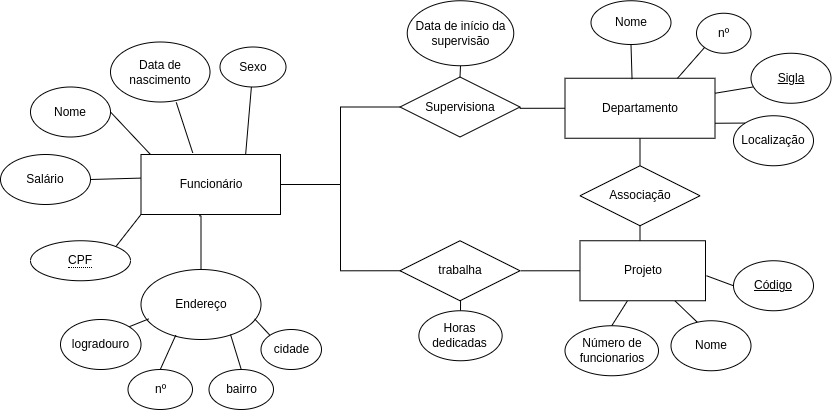
Earlier version of the draw.io export Eng. de software/questao_3.drawio.png (LuisAugusto0/Arquivos_PUC_CC). Source tidied: cells renumbered, new cells last; positions are measured from the earlier drawing's top-left corner, leaving out a move shared by most shapes. Source of this version:
```xml
<mxGraphModel>
  <root>
    <mxCell id="0" />
    <mxCell id="1" parent="0" />
    <mxCell id="2" style="rounded=0;jettySize=auto;html=1;exitX=1;exitY=0.5;exitDx=0;exitDy=0;entryX=0;entryY=0;entryDx=0;entryDy=0;endArrow=none;endFill=0;" parent="1" edge="1" source="3">
      <mxGeometry relative="1" as="geometry">
        <mxPoint x="150" y="154" as="targetPoint" />
      </mxGeometry>
    </mxCell>
    <mxCell id="3" value="Nome" style="ellipse;whiteSpace=wrap;html=1;" parent="1" vertex="1">
      <mxGeometry x="30" y="86.5" width="80" height="50" as="geometry" />
    </mxCell>
    <mxCell id="4" style="rounded=0;jettySize=auto;html=1;exitX=1;exitY=0.5;exitDx=0;exitDy=0;entryX=-0.004;entryY=0.389;entryDx=0;entryDy=0;entryPerimeter=0;endArrow=none;endFill=0;" parent="1" edge="1" source="5">
      <mxGeometry relative="1" as="geometry">
        <mxPoint x="149.5" y="177.3" as="targetPoint" />
      </mxGeometry>
    </mxCell>
    <mxCell id="5" value="Salário" style="ellipse;whiteSpace=wrap;html=1;" parent="1" vertex="1">
      <mxGeometry y="154" width="90" height="50" as="geometry" />
    </mxCell>
    <mxCell id="6" style="edgeStyle=orthogonalEdgeStyle;rounded=0;jettySize=auto;html=1;exitX=0.5;exitY=0;exitDx=0;exitDy=0;entryX=0.418;entryY=1.022;entryDx=0;entryDy=0;entryPerimeter=0;endArrow=none;endFill=0;" parent="1" edge="1" source="7" target="35">
      <mxGeometry relative="1" as="geometry">
        <Array as="points">
          <mxPoint x="201" y="215" />
        </Array>
      </mxGeometry>
    </mxCell>
    <mxCell id="7" value="Endereço" style="ellipse;whiteSpace=wrap;html=1;" parent="1" vertex="1">
      <mxGeometry x="140.5" y="269" width="120" height="70" as="geometry" />
    </mxCell>
    <mxCell id="8" style="rounded=0;jettySize=auto;html=1;exitX=1;exitY=0;exitDx=0;exitDy=0;entryX=0.064;entryY=0.706;entryDx=0;entryDy=0;endArrow=none;endFill=0;entryPerimeter=0;" parent="1" edge="1" source="9" target="7">
      <mxGeometry relative="1" as="geometry" />
    </mxCell>
    <mxCell id="9" value="logradouro" style="ellipse;whiteSpace=wrap;html=1;align=center;" parent="1" vertex="1">
      <mxGeometry x="60" y="319" width="80.5" height="50" as="geometry" />
    </mxCell>
    <mxCell id="10" style="rounded=0;jettySize=auto;html=1;exitX=0.5;exitY=0;exitDx=0;exitDy=0;entryX=0.746;entryY=0.929;entryDx=0;entryDy=0;entryPerimeter=0;endArrow=none;endFill=0;" parent="1" edge="1" source="11" target="7">
      <mxGeometry relative="1" as="geometry" />
    </mxCell>
    <mxCell id="11" value="bairro" style="ellipse;whiteSpace=wrap;html=1;align=center;" parent="1" vertex="1">
      <mxGeometry x="208.5" y="369" width="64.5" height="40" as="geometry" />
    </mxCell>
    <mxCell id="12" style="rounded=0;jettySize=auto;html=1;exitX=0.5;exitY=0;exitDx=0;exitDy=0;entryX=0.29;entryY=0.938;entryDx=0;entryDy=0;entryPerimeter=0;endArrow=none;endFill=0;" parent="1" edge="1" source="13" target="7">
      <mxGeometry relative="1" as="geometry" />
    </mxCell>
    <mxCell id="13" value="nº" style="ellipse;whiteSpace=wrap;html=1;align=center;" parent="1" vertex="1">
      <mxGeometry x="127.5" y="369" width="64.5" height="40" as="geometry" />
    </mxCell>
    <mxCell id="14" style="rounded=0;jettySize=auto;html=1;exitX=0;exitY=0;exitDx=0;exitDy=0;endArrow=none;endFill=0;entryX=0.947;entryY=0.705;entryDx=0;entryDy=0;entryPerimeter=0;" parent="1" edge="1" source="15" target="7">
      <mxGeometry relative="1" as="geometry" />
    </mxCell>
    <mxCell id="15" value="cidade" style="ellipse;whiteSpace=wrap;html=1;align=center;" parent="1" vertex="1">
      <mxGeometry x="260.5" y="329" width="60.5" height="40" as="geometry" />
    </mxCell>
    <mxCell id="16" style="rounded=0;jettySize=auto;html=1;exitX=0.661;exitY=1.007;exitDx=0;exitDy=0;entryX=0.371;entryY=-0.027;entryDx=0;entryDy=0;entryPerimeter=0;endArrow=none;endFill=0;exitPerimeter=0;" parent="1" edge="1" source="17" target="35">
      <mxGeometry relative="1" as="geometry" />
    </mxCell>
    <mxCell id="17" value="Data de nascimento" style="ellipse;whiteSpace=wrap;html=1;align=center;" parent="1" vertex="1">
      <mxGeometry x="110" y="41.5" width="99.5" height="60" as="geometry" />
    </mxCell>
    <mxCell id="18" style="rounded=0;jettySize=auto;html=1;endArrow=none;endFill=0;entryX=0.75;entryY=0;entryDx=0;entryDy=0;" parent="1" edge="1" source="19" target="35">
      <mxGeometry relative="1" as="geometry" />
    </mxCell>
    <mxCell id="19" value="Sexo" style="ellipse;whiteSpace=wrap;html=1;align=center;" parent="1" vertex="1">
      <mxGeometry x="219.5" y="46.5" width="66" height="40" as="geometry" />
    </mxCell>
    <mxCell id="20" value="Departamento" style="whiteSpace=wrap;html=1;align=center;" parent="1" vertex="1">
      <mxGeometry x="564.5" y="77.8" width="150" height="60" as="geometry" />
    </mxCell>
    <mxCell id="21" style="rounded=0;jettySize=auto;html=1;exitX=0.5;exitY=1;exitDx=0;exitDy=0;entryX=0.447;entryY=0.015;entryDx=0;entryDy=0;endArrow=none;endFill=0;entryPerimeter=0;" parent="1" edge="1" source="22" target="20">
      <mxGeometry relative="1" as="geometry" />
    </mxCell>
    <mxCell id="22" value="Nome" style="ellipse;whiteSpace=wrap;html=1;" parent="1" vertex="1">
      <mxGeometry x="590.5" y="0.2" width="80" height="43.8" as="geometry" />
    </mxCell>
    <mxCell id="23" style="rounded=0;jettySize=auto;html=1;exitX=0;exitY=1;exitDx=0;exitDy=0;entryX=0.75;entryY=0;entryDx=0;entryDy=0;endArrow=none;endFill=0;" parent="1" edge="1" source="24" target="20">
      <mxGeometry relative="1" as="geometry" />
    </mxCell>
    <mxCell id="24" value="nº" style="ellipse;whiteSpace=wrap;html=1;align=center;" parent="1" vertex="1">
      <mxGeometry x="696" y="12.8" width="54.5" height="40" as="geometry" />
    </mxCell>
    <mxCell id="25" style="rounded=0;jettySize=auto;html=1;exitX=0;exitY=0;exitDx=0;exitDy=0;entryX=1;entryY=0.75;entryDx=0;entryDy=0;endArrow=none;endFill=0;" parent="1" edge="1" source="26" target="20">
      <mxGeometry relative="1" as="geometry" />
    </mxCell>
    <mxCell id="26" value="Localização" style="ellipse;whiteSpace=wrap;html=1;" parent="1" vertex="1">
      <mxGeometry x="733" y="115.2" width="80" height="50" as="geometry" />
    </mxCell>
    <mxCell id="27" style="rounded=0;jettySize=auto;html=1;exitX=0.046;exitY=0.669;exitDx=0;exitDy=0;entryX=1;entryY=0.25;entryDx=0;entryDy=0;endArrow=none;endFill=0;exitPerimeter=0;" parent="1" edge="1" source="28" target="20">
      <mxGeometry relative="1" as="geometry" />
    </mxCell>
    <mxCell id="28" value="&lt;u&gt;Sigla&lt;/u&gt;" style="ellipse;whiteSpace=wrap;html=1;" parent="1" vertex="1">
      <mxGeometry x="750.5" y="52.8" width="80" height="50" as="geometry" />
    </mxCell>
    <mxCell id="29" style="rounded=0;jettySize=auto;html=1;exitX=1;exitY=0;exitDx=0;exitDy=0;entryX=0;entryY=1;entryDx=0;entryDy=0;endArrow=none;endFill=0;" parent="1" edge="1" source="30" target="35">
      <mxGeometry relative="1" as="geometry" />
    </mxCell>
    <mxCell id="30" value="&lt;span style=&quot;border-bottom: 1px dotted&quot;&gt;CPF&lt;/span&gt;" style="ellipse;whiteSpace=wrap;html=1;align=center;" parent="1" vertex="1">
      <mxGeometry x="30" y="240.2" width="100" height="40" as="geometry" />
    </mxCell>
    <mxCell id="31" style="edgeStyle=orthogonalEdgeStyle;rounded=0;jettySize=auto;html=1;exitX=1;exitY=0.5;exitDx=0;exitDy=0;entryX=0;entryY=0.5;entryDx=0;entryDy=0;endArrow=none;endFill=0;" parent="1" edge="1" source="32" target="20">
      <mxGeometry relative="1" as="geometry">
        <Array as="points">
          <mxPoint x="520" y="108" />
        </Array>
      </mxGeometry>
    </mxCell>
    <mxCell id="32" value="Supervisiona" style="shape=rhombus;perimeter=rhombusPerimeter;whiteSpace=wrap;html=1;align=center;" parent="1" vertex="1">
      <mxGeometry x="399.5" y="76.5" width="120" height="60" as="geometry" />
    </mxCell>
    <mxCell id="33" style="edgeStyle=orthogonalEdgeStyle;rounded=0;jettySize=auto;html=1;exitX=1;exitY=0.5;exitDx=0;exitDy=0;entryX=0;entryY=0.5;entryDx=0;entryDy=0;endArrow=none;endFill=0;" parent="1" edge="1" source="35" target="32">
      <mxGeometry relative="1" as="geometry">
        <Array as="points">
          <mxPoint x="340" y="184" />
          <mxPoint x="340" y="107" />
        </Array>
      </mxGeometry>
    </mxCell>
    <mxCell id="34" style="rounded=0;jettySize=auto;html=1;exitX=1;exitY=1;exitDx=0;exitDy=0;entryX=1;entryY=0.5;entryDx=0;entryDy=0;endArrow=none;endFill=0;edgeStyle=orthogonalEdgeStyle;" parent="1" edge="1" source="35">
      <mxGeometry relative="1" as="geometry">
        <mxPoint x="400" y="270.2" as="targetPoint" />
        <Array as="points">
          <mxPoint x="280" y="184" />
          <mxPoint x="340" y="184" />
          <mxPoint x="340" y="270" />
        </Array>
      </mxGeometry>
    </mxCell>
    <mxCell id="35" value="Funcionário" style="whiteSpace=wrap;html=1;align=center;" parent="1" vertex="1">
      <mxGeometry x="140.5" y="154" width="139.5" height="60" as="geometry" />
    </mxCell>
    <mxCell id="36" style="edgeStyle=orthogonalEdgeStyle;rounded=0;jettySize=auto;html=1;exitX=0.5;exitY=1;exitDx=0;exitDy=0;entryX=0.5;entryY=0;entryDx=0;entryDy=0;endArrow=none;endFill=0;" parent="1" edge="1" source="37" target="32">
      <mxGeometry relative="1" as="geometry" />
    </mxCell>
    <mxCell id="37" value="Data de início da supervisão" style="ellipse;whiteSpace=wrap;html=1;" parent="1" vertex="1">
      <mxGeometry x="406.8" y="0.2" width="106.5" height="65" as="geometry" />
    </mxCell>
    <mxCell id="38" style="edgeStyle=orthogonalEdgeStyle;rounded=0;jettySize=auto;html=1;exitX=0.5;exitY=0;exitDx=0;exitDy=0;entryX=0.5;entryY=1;entryDx=0;entryDy=0;endArrow=none;endFill=0;" parent="1" edge="1" source="49" target="20">
      <mxGeometry relative="1" as="geometry" />
    </mxCell>
    <mxCell id="39" style="rounded=0;jettySize=auto;html=1;exitX=0.327;exitY=0.027;exitDx=0;exitDy=0;entryX=0.75;entryY=1;entryDx=0;entryDy=0;endArrow=none;endFill=0;exitPerimeter=0;" parent="1" edge="1" source="40">
      <mxGeometry relative="1" as="geometry">
        <mxPoint x="674.4" y="300.2" as="targetPoint" />
      </mxGeometry>
    </mxCell>
    <mxCell id="40" value="Nome" style="ellipse;whiteSpace=wrap;html=1;" parent="1" vertex="1">
      <mxGeometry x="670.5" y="320.2" width="80" height="50" as="geometry" />
    </mxCell>
    <mxCell id="41" style="rounded=0;jettySize=auto;html=1;exitX=0;exitY=0.5;exitDx=0;exitDy=0;entryX=1;entryY=0.5;entryDx=0;entryDy=0;endArrow=none;endFill=0;" parent="1" edge="1" source="42">
      <mxGeometry relative="1" as="geometry">
        <mxPoint x="706" y="275.2" as="targetPoint" />
      </mxGeometry>
    </mxCell>
    <mxCell id="42" value="&lt;u&gt;Código&lt;/u&gt;" style="ellipse;whiteSpace=wrap;html=1;" parent="1" vertex="1">
      <mxGeometry x="733" y="260.2" width="80" height="50" as="geometry" />
    </mxCell>
    <mxCell id="43" style="rounded=0;jettySize=auto;html=1;exitX=0.5;exitY=0;exitDx=0;exitDy=0;endArrow=none;endFill=0;" parent="1" edge="1" source="44">
      <mxGeometry relative="1" as="geometry">
        <mxPoint x="627" y="300.2" as="targetPoint" />
      </mxGeometry>
    </mxCell>
    <mxCell id="44" value="Número de funcionarios" style="ellipse;whiteSpace=wrap;html=1;" parent="1" vertex="1">
      <mxGeometry x="564.5" y="325.2" width="93.5" height="50" as="geometry" />
    </mxCell>
    <mxCell id="45" style="edgeStyle=orthogonalEdgeStyle;rounded=0;orthogonalLoop=1;jettySize=auto;html=1;exitX=0;exitY=0.5;exitDx=0;exitDy=0;entryX=0;entryY=0.5;entryDx=0;entryDy=0;endArrow=none;endFill=0;" parent="1" edge="1">
      <mxGeometry relative="1" as="geometry">
        <mxPoint x="520" y="270.3" as="sourcePoint" />
        <mxPoint x="589.5" y="270.2" as="targetPoint" />
        <Array as="points">
          <mxPoint x="590" y="270.2" />
        </Array>
      </mxGeometry>
    </mxCell>
    <mxCell id="46" style="edgeStyle=orthogonalEdgeStyle;rounded=0;jettySize=auto;html=1;endArrow=none;endFill=0;" parent="1" edge="1" source="47">
      <mxGeometry relative="1" as="geometry">
        <mxPoint x="460" y="300.2" as="targetPoint" />
      </mxGeometry>
    </mxCell>
    <mxCell id="47" value="Horas dedicadas" style="ellipse;whiteSpace=wrap;html=1;" parent="1" vertex="1">
      <mxGeometry x="418.4" y="310.2" width="83.2" height="50" as="geometry" />
    </mxCell>
    <mxCell id="48" style="edgeStyle=orthogonalEdgeStyle;rounded=0;jettySize=auto;html=1;exitX=0.5;exitY=0;exitDx=0;exitDy=0;entryX=0.5;entryY=1;entryDx=0;entryDy=0;endArrow=none;endFill=0;" parent="1" edge="1" target="49">
      <mxGeometry relative="1" as="geometry">
        <mxPoint x="639.5" y="250.2" as="sourcePoint" />
      </mxGeometry>
    </mxCell>
    <mxCell id="49" value="Associação" style="shape=rhombus;perimeter=rhombusPerimeter;whiteSpace=wrap;html=1;align=center;" parent="1" vertex="1">
      <mxGeometry x="579.5" y="165.2" width="120" height="60" as="geometry" />
    </mxCell>
    <mxCell id="50" value="trabalha" style="shape=rhombus;perimeter=rhombusPerimeter;whiteSpace=wrap;html=1;align=center;" parent="1" vertex="1">
      <mxGeometry x="399.5" y="240.2" width="120" height="60" as="geometry" />
    </mxCell>
    <mxCell id="51" value="Projeto" style="whiteSpace=wrap;html=1;align=center;" parent="1" vertex="1">
      <mxGeometry x="579.5" y="240.2" width="125.5" height="60" as="geometry" />
    </mxCell>
  </root>
</mxGraphModel>
```
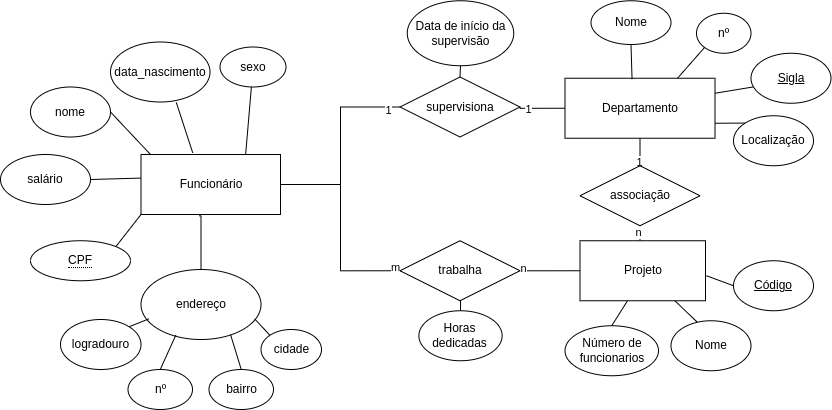
Later version of the same file.

The edit, as a diff of the source:
```diff
@@ -7,7 +7,7 @@
         <mxPoint x="150" y="154" as="targetPoint" />
       </mxGeometry>
     </mxCell>
-    <mxCell id="3" value="Nome" style="ellipse;whiteSpace=wrap;html=1;" parent="1" vertex="1">
+    <mxCell id="3" value="nome" style="ellipse;whiteSpace=wrap;html=1;" parent="1" vertex="1">
       <mxGeometry x="30" y="86.5" width="80" height="50" as="geometry" />
     </mxCell>
     <mxCell id="4" style="rounded=0;jettySize=auto;html=1;exitX=1;exitY=0.5;exitDx=0;exitDy=0;entryX=-0.004;entryY=0.389;entryDx=0;entryDy=0;entryPerimeter=0;endArrow=none;endFill=0;" parent="1" edge="1" source="5">
@@ -15,7 +15,7 @@
         <mxPoint x="149.5" y="177.3" as="targetPoint" />
       </mxGeometry>
     </mxCell>
-    <mxCell id="5" value="Salário" style="ellipse;whiteSpace=wrap;html=1;" parent="1" vertex="1">
+    <mxCell id="5" value="salário" style="ellipse;whiteSpace=wrap;html=1;" parent="1" vertex="1">
       <mxGeometry y="154" width="90" height="50" as="geometry" />
     </mxCell>
     <mxCell id="6" style="edgeStyle=orthogonalEdgeStyle;rounded=0;jettySize=auto;html=1;exitX=0.5;exitY=0;exitDx=0;exitDy=0;entryX=0.418;entryY=1.022;entryDx=0;entryDy=0;entryPerimeter=0;endArrow=none;endFill=0;" parent="1" edge="1" source="7" target="35">
@@ -25,7 +25,7 @@
         </Array>
       </mxGeometry>
     </mxCell>
-    <mxCell id="7" value="Endereço" style="ellipse;whiteSpace=wrap;html=1;" parent="1" vertex="1">
+    <mxCell id="7" value="endereço" style="ellipse;whiteSpace=wrap;html=1;" parent="1" vertex="1">
       <mxGeometry x="140.5" y="269" width="120" height="70" as="geometry" />
     </mxCell>
     <mxCell id="8" style="rounded=0;jettySize=auto;html=1;exitX=1;exitY=0;exitDx=0;exitDy=0;entryX=0.064;entryY=0.706;entryDx=0;entryDy=0;endArrow=none;endFill=0;entryPerimeter=0;" parent="1" edge="1" source="9" target="7">
@@ -55,13 +55,13 @@
     <mxCell id="16" style="rounded=0;jettySize=auto;html=1;exitX=0.661;exitY=1.007;exitDx=0;exitDy=0;entryX=0.371;entryY=-0.027;entryDx=0;entryDy=0;entryPerimeter=0;endArrow=none;endFill=0;exitPerimeter=0;" parent="1" edge="1" source="17" target="35">
       <mxGeometry relative="1" as="geometry" />
     </mxCell>
-    <mxCell id="17" value="Data de nascimento" style="ellipse;whiteSpace=wrap;html=1;align=center;" parent="1" vertex="1">
+    <mxCell id="17" value="data_nascimento" style="ellipse;whiteSpace=wrap;html=1;align=center;" parent="1" vertex="1">
       <mxGeometry x="110" y="41.5" width="99.5" height="60" as="geometry" />
     </mxCell>
     <mxCell id="18" style="rounded=0;jettySize=auto;html=1;endArrow=none;endFill=0;entryX=0.75;entryY=0;entryDx=0;entryDy=0;" parent="1" edge="1" source="19" target="35">
       <mxGeometry relative="1" as="geometry" />
     </mxCell>
-    <mxCell id="19" value="Sexo" style="ellipse;whiteSpace=wrap;html=1;align=center;" parent="1" vertex="1">
+    <mxCell id="19" value="sexo" style="ellipse;whiteSpace=wrap;html=1;align=center;" parent="1" vertex="1">
       <mxGeometry x="219.5" y="46.5" width="66" height="40" as="geometry" />
     </mxCell>
     <mxCell id="20" value="Departamento" style="whiteSpace=wrap;html=1;align=center;" parent="1" vertex="1">
@@ -104,7 +104,10 @@
         </Array>
       </mxGeometry>
     </mxCell>
+    <mxCell id="52" value="1" style="edgeLabel;html=1;align=center;verticalAlign=middle;" parent="31" vertex="1">
+      <mxGeometry x="-0.6" y="-1" relative="1" as="geometry" />
+    </mxCell>
-    <mxCell id="32" value="Supervisiona" style="shape=rhombus;perimeter=rhombusPerimeter;whiteSpace=wrap;html=1;align=center;" parent="1" vertex="1">
+    <mxCell id="32" value="supervisiona" style="shape=rhombus;perimeter=rhombusPerimeter;whiteSpace=wrap;html=1;align=center;" parent="1" vertex="1">
       <mxGeometry x="399.5" y="76.5" width="120" height="60" as="geometry" />
     </mxCell>
     <mxCell id="33" style="edgeStyle=orthogonalEdgeStyle;rounded=0;jettySize=auto;html=1;exitX=1;exitY=0.5;exitDx=0;exitDy=0;entryX=0;entryY=0.5;entryDx=0;entryDy=0;endArrow=none;endFill=0;" parent="1" edge="1" source="35" target="32">
@@ -115,6 +118,9 @@
         </Array>
       </mxGeometry>
     </mxCell>
+    <mxCell id="53" value="1" style="edgeLabel;html=1;align=center;verticalAlign=middle;" parent="33" vertex="1">
+      <mxGeometry x="0.88" y="-3" relative="1" as="geometry" />
+    </mxCell>
     <mxCell id="34" style="rounded=0;jettySize=auto;html=1;exitX=1;exitY=1;exitDx=0;exitDy=0;entryX=1;entryY=0.5;entryDx=0;entryDy=0;endArrow=none;endFill=0;edgeStyle=orthogonalEdgeStyle;" parent="1" edge="1" source="35">
       <mxGeometry relative="1" as="geometry">
         <mxPoint x="400" y="270.2" as="targetPoint" />
@@ -125,6 +131,9 @@
         </Array>
       </mxGeometry>
     </mxCell>
+    <mxCell id="54" value="m" style="edgeLabel;html=1;align=center;verticalAlign=middle;" parent="34" vertex="1">
+      <mxGeometry x="0.95" y="4" relative="1" as="geometry" />
+    </mxCell>
     <mxCell id="35" value="Funcionário" style="whiteSpace=wrap;html=1;align=center;" parent="1" vertex="1">
       <mxGeometry x="140.5" y="154" width="139.5" height="60" as="geometry" />
     </mxCell>
@@ -137,6 +146,9 @@
     <mxCell id="38" style="edgeStyle=orthogonalEdgeStyle;rounded=0;jettySize=auto;html=1;exitX=0.5;exitY=0;exitDx=0;exitDy=0;entryX=0.5;entryY=1;entryDx=0;entryDy=0;endArrow=none;endFill=0;" parent="1" edge="1" source="49" target="20">
       <mxGeometry relative="1" as="geometry" />
     </mxCell>
+    <mxCell id="55" value="1" style="edgeLabel;html=1;align=center;verticalAlign=middle;" parent="38" vertex="1">
+      <mxGeometry x="-0.69" y="1" relative="1" as="geometry" />
+    </mxCell>
     <mxCell id="39" style="rounded=0;jettySize=auto;html=1;exitX=0.327;exitY=0.027;exitDx=0;exitDy=0;entryX=0.75;entryY=1;entryDx=0;entryDy=0;endArrow=none;endFill=0;exitPerimeter=0;" parent="1" edge="1" source="40">
       <mxGeometry relative="1" as="geometry">
         <mxPoint x="674.4" y="300.2" as="targetPoint" />
@@ -170,6 +182,9 @@
         </Array>
       </mxGeometry>
     </mxCell>
+    <mxCell id="56" value="n" style="edgeLabel;html=1;align=center;verticalAlign=middle;" parent="45" vertex="1">
+      <mxGeometry x="-0.92" y="3" relative="1" as="geometry" />
+    </mxCell>
     <mxCell id="46" style="edgeStyle=orthogonalEdgeStyle;rounded=0;jettySize=auto;html=1;endArrow=none;endFill=0;" parent="1" edge="1" source="47">
       <mxGeometry relative="1" as="geometry">
         <mxPoint x="460" y="300.2" as="targetPoint" />
@@ -183,7 +198,10 @@
         <mxPoint x="639.5" y="250.2" as="sourcePoint" />
       </mxGeometry>
     </mxCell>
+    <mxCell id="57" value="n" style="edgeLabel;html=1;align=center;verticalAlign=middle;" parent="48" vertex="1">
+      <mxGeometry x="0.54" y="2" relative="1" as="geometry" />
+    </mxCell>
-    <mxCell id="49" value="Associação" style="shape=rhombus;perimeter=rhombusPerimeter;whiteSpace=wrap;html=1;align=center;" parent="1" vertex="1">
+    <mxCell id="49" value="associação" style="shape=rhombus;perimeter=rhombusPerimeter;whiteSpace=wrap;html=1;align=center;" parent="1" vertex="1">
       <mxGeometry x="579.5" y="165.2" width="120" height="60" as="geometry" />
     </mxCell>
     <mxCell id="50" value="trabalha" style="shape=rhombus;perimeter=rhombusPerimeter;whiteSpace=wrap;html=1;align=center;" parent="1" vertex="1">
```
